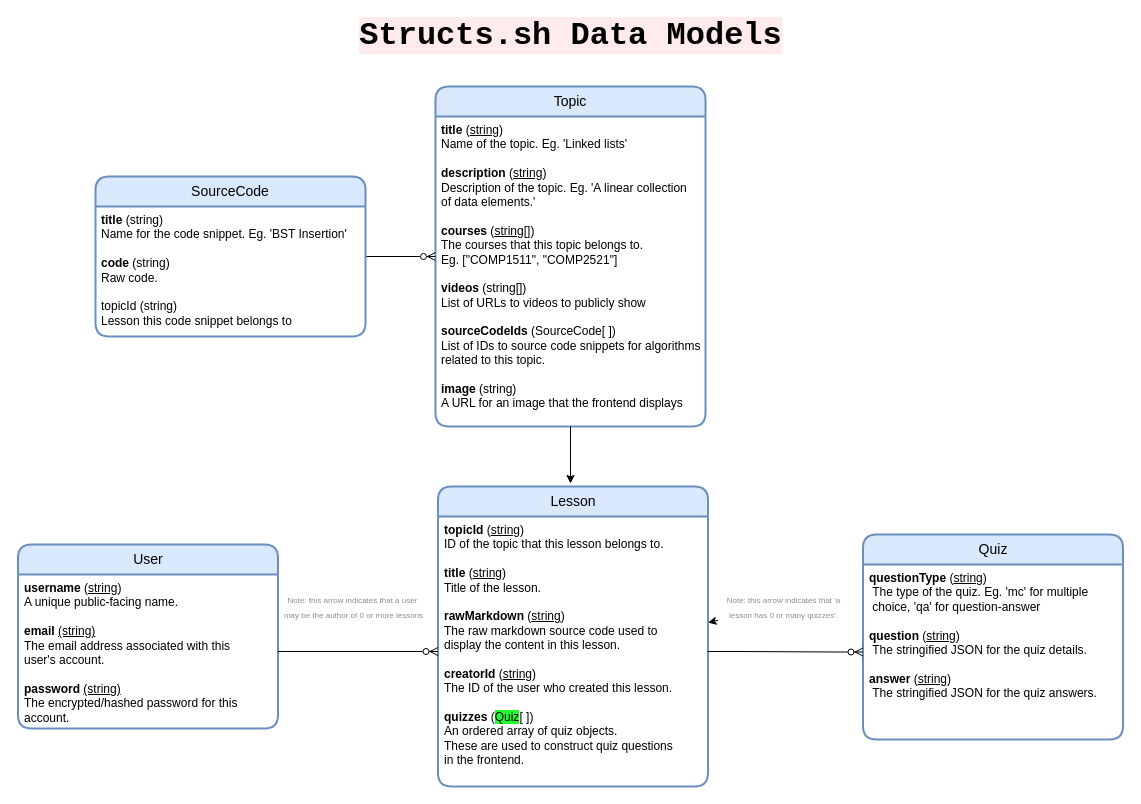
This is structs-datamodels.drawio from devsoc-unsw/structs.sh, a draw.io file, before an edit. Source tidied: cells renumbered, new cells numbered last; positions are measured from the earlier drawing's top-left corner, leaving out a move shared by most shapes. Both pictures are drawn from the tidied source at 100%, with x=0, y=0 at pixel (17, 26).
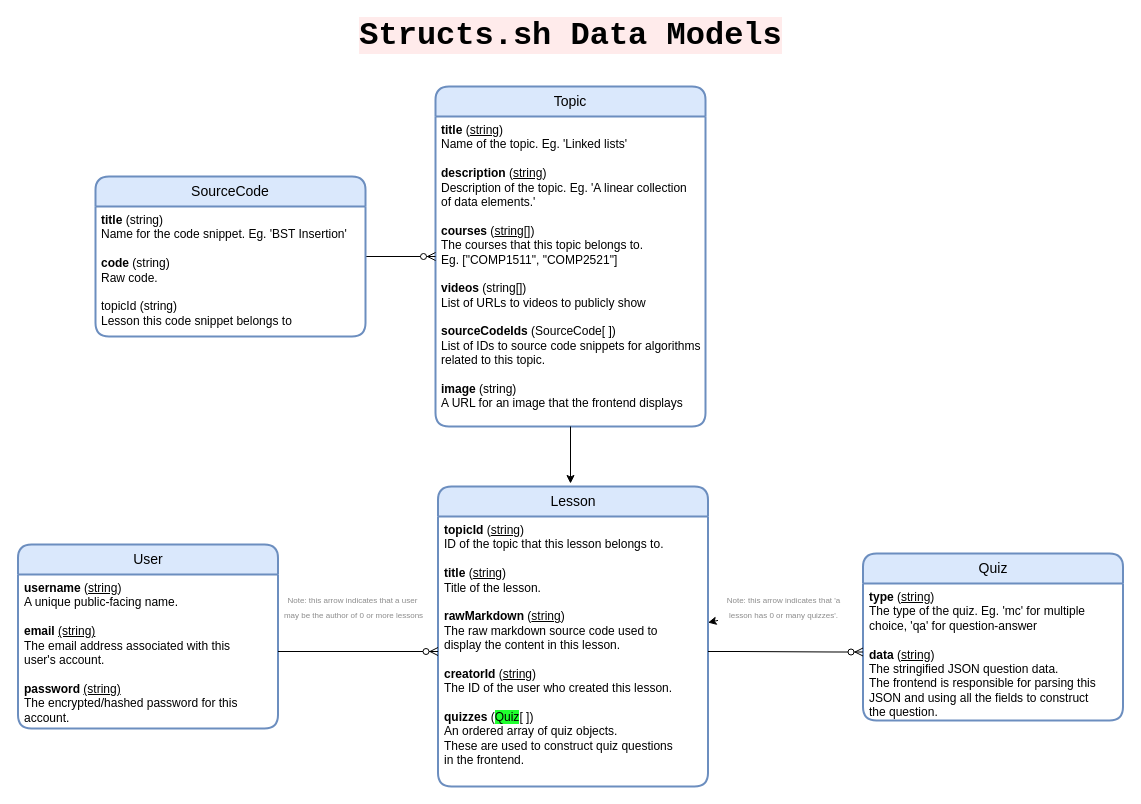
The same diagram, later.

The edit, as a diff of the source:
```diff
@@
     <mxCell id="7" value="Quiz" style="swimlane;horizontal=1;startSize=30;rounded=1;fontSize=14;fontStyle=0;strokeWidth=2;shadow=0;dashed=0;align=center;fontFamily=Helvetica;fillColor=#dae8fc;strokeColor=#6c8ebf;whiteSpace=wrap;" parent="1" vertex="1">
-      <mxGeometry x="845.5" y="508" width="260" height="205" as="geometry" />
+      <mxGeometry x="845.5" y="527" width="260" height="167" as="geometry" />
     </mxCell>
-    <mxCell id="8" value="&lt;b&gt;questionType &lt;/b&gt;(&lt;u&gt;string&lt;/u&gt;)&lt;br&gt;&lt;span style=&quot;white-space: pre&quot;&gt; &lt;/span&gt;The type of the quiz. Eg. 'mc' for multiple&lt;br&gt;&lt;span style=&quot;white-space: pre&quot;&gt; &lt;/span&gt;choice, 'qa' for question-answer&lt;br&gt;&lt;br&gt;&lt;b&gt;question&lt;/b&gt; (&lt;u&gt;string&lt;/u&gt;)&lt;br&gt;&lt;span style=&quot;white-space: pre&quot;&gt; &lt;/span&gt;The stringified JSON for the quiz details.&lt;br&gt;&lt;br&gt;&lt;b&gt;answer&lt;/b&gt; (&lt;u&gt;string&lt;/u&gt;)&lt;br&gt;&lt;span style=&quot;white-space: pre&quot;&gt; &lt;/span&gt;The stringified JSON for the quiz answers." style="align=left;strokeColor=none;fillColor=none;spacingLeft=4;fontSize=12;verticalAlign=top;fontStyle=0;html=1;" parent="7" vertex="1">
-      <mxGeometry y="30" width="260" height="175" as="geometry" />
+    <mxCell id="8" value="&lt;b&gt;type&amp;nbsp;&lt;/b&gt;(&lt;u&gt;string&lt;/u&gt;)&lt;br&gt;The type of the quiz. Eg. 'mc' for multiple&lt;br&gt;choice, 'qa' for question-answer&lt;br&gt;&lt;br&gt;&lt;b&gt;data&lt;/b&gt; (&lt;u&gt;string&lt;/u&gt;)&lt;br&gt;The stringified JSON question data.&amp;nbsp;&lt;br&gt;The frontend is responsible for parsing this&lt;br&gt;JSON and using all the fields to construct&lt;br&gt;the question." style="align=left;strokeColor=none;fillColor=none;spacingLeft=4;fontSize=12;verticalAlign=top;fontStyle=0;html=1;" parent="7" vertex="1">
+      <mxGeometry y="30" width="260" height="137" as="geometry" />
     </mxCell>
```
